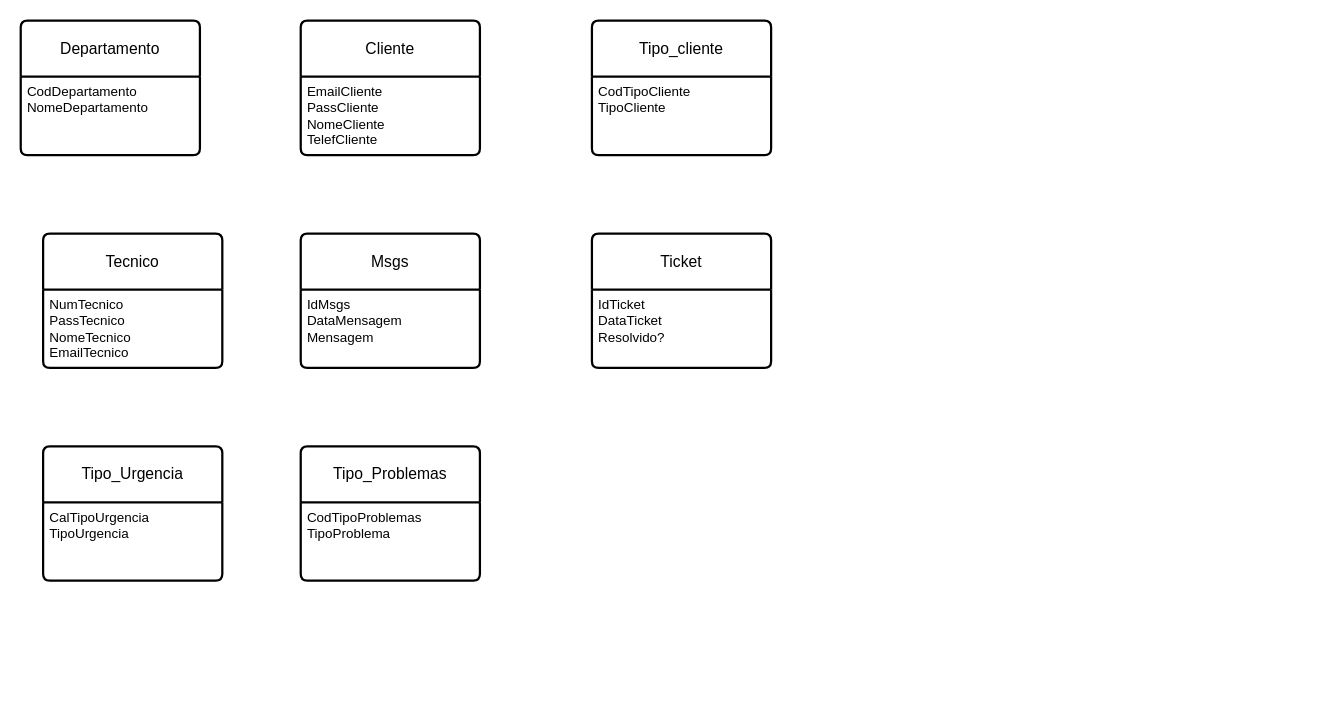
Before: ModeloERTickets.drawio in RubenA2109/diagramas, a draw.io diagram. Source tidied: cells renumbered, new cells numbered last; positions are measured from the earlier drawing's top-left corner, leaving out a move shared by most shapes. Both pictures are drawn from the tidied source at 112%, with x=0, y=0 at pixel (20, 20).
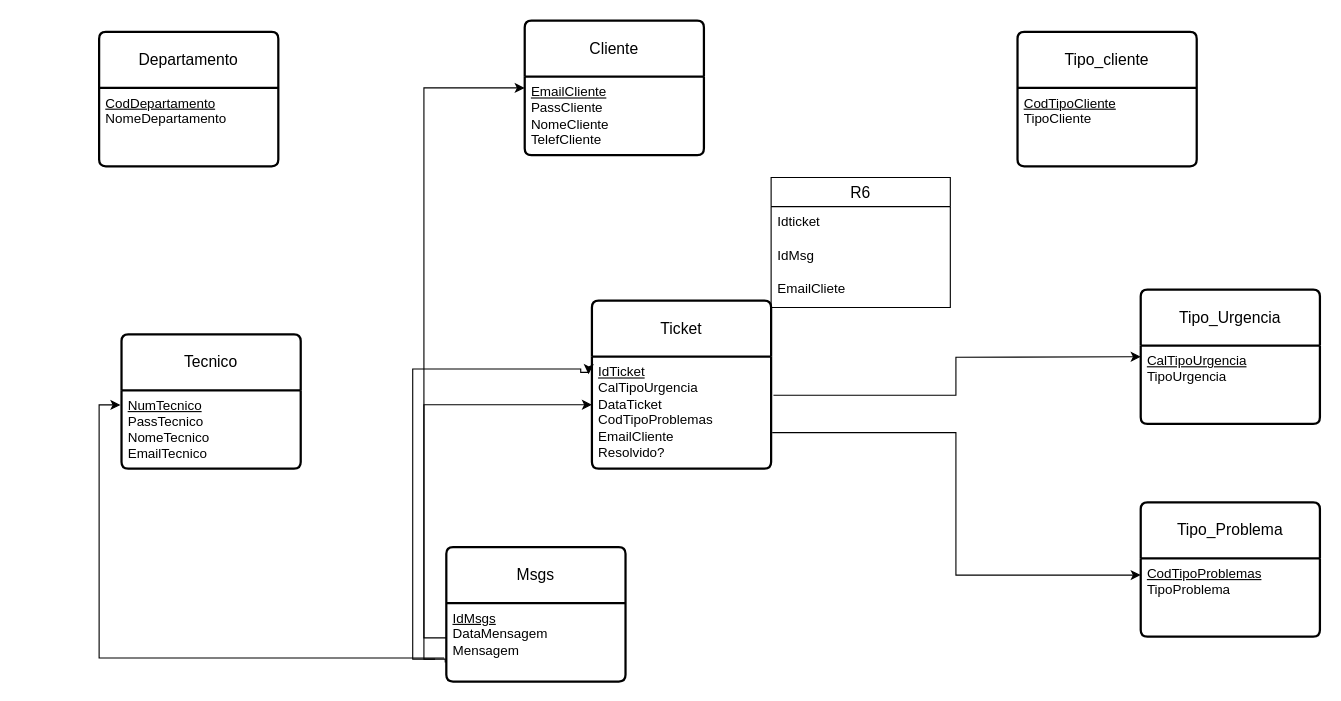
After the change.

Change to the diagram source:
```diff
@@
     <mxCell id="2" value="Departamento" style="swimlane;horizontal=1;startSize=50;rounded=1;fontSize=14;fontStyle=0;strokeWidth=2;shadow=0;dashed=0;align=center;arcSize=4;whiteSpace=wrap;html=1;" parent="1" vertex="1">
-      <mxGeometry width="160" height="120" as="geometry" />
+      <mxGeometry x="70" y="10" width="160" height="120" as="geometry" />
     </mxCell>
-    <mxCell id="3" value="&lt;div&gt;CodDepartamento&lt;/div&gt;&lt;div&gt;NomeDepartamento&lt;/div&gt;" style="align=left;strokeColor=none;fillColor=none;spacingLeft=4;spacingRight=4;fontSize=12;verticalAlign=top;html=1;whiteSpace=wrap;" parent="2" vertex="1">
+    <mxCell id="3" value="&lt;div&gt;&lt;u&gt;CodDepartamento&lt;/u&gt;&lt;/div&gt;&lt;div&gt;NomeDepartamento&lt;/div&gt;" style="align=left;strokeColor=none;fillColor=none;spacingLeft=4;spacingRight=4;fontSize=12;verticalAlign=top;html=1;whiteSpace=wrap;" parent="2" vertex="1">
       <mxGeometry y="50" width="160" height="70" as="geometry" />
     </mxCell>
     <mxCell id="4" value="Cliente" style="swimlane;horizontal=1;startSize=50;rounded=1;fontSize=14;fontStyle=0;strokeWidth=2;shadow=0;dashed=0;align=center;arcSize=4;whiteSpace=wrap;html=1;" parent="1" vertex="1">
-      <mxGeometry x="250" width="160" height="120" as="geometry" />
+      <mxGeometry x="450" width="160" height="120" as="geometry" />
     </mxCell>
-    <mxCell id="5" value="&lt;div&gt;EmailCliente&lt;/div&gt;&lt;div&gt;PassCliente&lt;/div&gt;&lt;div&gt;NomeCliente&lt;/div&gt;&lt;div&gt;TelefCliente&lt;/div&gt;" style="align=left;strokeColor=none;fillColor=none;spacingLeft=4;spacingRight=4;fontSize=12;verticalAlign=top;html=1;whiteSpace=wrap;" parent="4" vertex="1">
+    <mxCell id="5" value="&lt;div&gt;&lt;u&gt;EmailCliente&lt;/u&gt;&lt;/div&gt;&lt;div&gt;PassCliente&lt;/div&gt;&lt;div&gt;NomeCliente&lt;/div&gt;&lt;div&gt;TelefCliente&lt;/div&gt;" style="align=left;strokeColor=none;fillColor=none;spacingLeft=4;spacingRight=4;fontSize=12;verticalAlign=top;html=1;whiteSpace=wrap;" parent="4" vertex="1">
       <mxGeometry y="50" width="160" height="70" as="geometry" />
     </mxCell>
     <mxCell id="6" value="Tipo_cliente" style="swimlane;horizontal=1;startSize=50;rounded=1;fontSize=14;fontStyle=0;strokeWidth=2;shadow=0;dashed=0;align=center;arcSize=4;whiteSpace=wrap;html=1;" parent="1" vertex="1">
-      <mxGeometry x="510" width="160" height="120" as="geometry" />
+      <mxGeometry x="890" y="10" width="160" height="120" as="geometry" />
     </mxCell>
-    <mxCell id="7" value="CodTipoCliente&lt;br&gt;TipoCliente" style="align=left;strokeColor=none;fillColor=none;spacingLeft=4;spacingRight=4;fontSize=12;verticalAlign=top;html=1;whiteSpace=wrap;" parent="6" vertex="1">
+    <mxCell id="7" value="&lt;u&gt;CodTipoCliente&lt;/u&gt;&lt;br&gt;TipoCliente" style="align=left;strokeColor=none;fillColor=none;spacingLeft=4;spacingRight=4;fontSize=12;verticalAlign=top;html=1;whiteSpace=wrap;" parent="6" vertex="1">
       <mxGeometry y="50" width="160" height="70" as="geometry" />
     </mxCell>
     <mxCell id="8" value="Tecnico" style="swimlane;horizontal=1;startSize=50;rounded=1;fontSize=14;fontStyle=0;strokeWidth=2;shadow=0;dashed=0;align=center;arcSize=4;whiteSpace=wrap;html=1;" parent="1" vertex="1">
-      <mxGeometry x="20" y="190" width="160" height="120" as="geometry" />
+      <mxGeometry x="90" y="280" width="160" height="120" as="geometry" />
     </mxCell>
-    <mxCell id="9" value="&lt;div&gt;NumTecnico&lt;/div&gt;&lt;div&gt;PassTecnico&lt;/div&gt;&lt;div&gt;NomeTecnico&lt;/div&gt;&lt;div&gt;EmailTecnico&lt;/div&gt;&lt;div&gt;&lt;br&gt;&lt;/div&gt;" style="align=left;strokeColor=none;fillColor=none;spacingLeft=4;spacingRight=4;fontSize=12;verticalAlign=top;html=1;whiteSpace=wrap;" parent="8" vertex="1">
+    <mxCell id="9" value="&lt;div&gt;&lt;u&gt;NumTecnico&lt;/u&gt;&lt;/div&gt;&lt;div&gt;PassTecnico&lt;/div&gt;&lt;div&gt;NomeTecnico&lt;/div&gt;&lt;div&gt;EmailTecnico&lt;/div&gt;&lt;div&gt;&lt;br&gt;&lt;/div&gt;" style="align=left;strokeColor=none;fillColor=none;spacingLeft=4;spacingRight=4;fontSize=12;verticalAlign=top;html=1;whiteSpace=wrap;" parent="8" vertex="1">
       <mxGeometry y="50" width="160" height="70" as="geometry" />
     </mxCell>
     <mxCell id="10" value="Msgs" style="swimlane;horizontal=1;startSize=50;rounded=1;fontSize=14;fontStyle=0;strokeWidth=2;shadow=0;dashed=0;align=center;arcSize=4;whiteSpace=wrap;html=1;" parent="1" vertex="1">
-      <mxGeometry x="250" y="190" width="160" height="120" as="geometry" />
+      <mxGeometry x="380" y="470" width="160" height="120" as="geometry" />
     </mxCell>
-    <mxCell id="11" value="IdMsgs&lt;br&gt;DataMensagem&lt;br&gt;Mensagem" style="align=left;strokeColor=none;fillColor=none;spacingLeft=4;spacingRight=4;fontSize=12;verticalAlign=top;html=1;whiteSpace=wrap;" parent="10" vertex="1">
+    <mxCell id="11" value="&lt;u&gt;IdMsgs&lt;br&gt;&lt;/u&gt;DataMensagem&lt;br&gt;Mensagem" style="align=left;strokeColor=none;fillColor=none;spacingLeft=4;spacingRight=4;fontSize=12;verticalAlign=top;html=1;whiteSpace=wrap;" parent="10" vertex="1">
       <mxGeometry y="50" width="160" height="70" as="geometry" />
     </mxCell>
     <mxCell id="12" value="Ticket" style="swimlane;horizontal=1;startSize=50;rounded=1;fontSize=14;fontStyle=0;strokeWidth=2;shadow=0;dashed=0;align=center;arcSize=4;whiteSpace=wrap;html=1;" parent="1" vertex="1">
-      <mxGeometry x="510" y="190" width="160" height="120" as="geometry" />
+      <mxGeometry x="510" y="250" width="160" height="150" as="geometry" />
     </mxCell>
-    <mxCell id="13" value="IdTicket&lt;br&gt;DataTicket&lt;br&gt;Resolvido?" style="align=left;strokeColor=none;fillColor=none;spacingLeft=4;spacingRight=4;fontSize=12;verticalAlign=top;html=1;whiteSpace=wrap;" parent="12" vertex="1">
-      <mxGeometry y="50" width="160" height="70" as="geometry" />
+    <mxCell id="13" value="&lt;u&gt;IdTicket&lt;br&gt;&lt;/u&gt;&lt;div&gt;CalTipoUrgenci&lt;span style=&quot;background-color: transparent; color: light-dark(rgb(0, 0, 0), rgb(255, 255, 255));&quot;&gt;a&lt;/span&gt;&lt;/div&gt;&lt;div&gt;DataTicket&lt;span style=&quot;background-color: transparent; color: light-dark(rgb(0, 0, 0), rgb(255, 255, 255));&quot;&gt;&lt;/span&gt;&lt;/div&gt;&lt;div&gt;CodTipoProblemas&lt;/div&gt;&lt;div&gt;EmailCliente&lt;br&gt;Resolvido?&lt;/div&gt;" style="align=left;strokeColor=none;fillColor=none;spacingLeft=4;spacingRight=4;fontSize=12;verticalAlign=top;html=1;whiteSpace=wrap;" parent="12" vertex="1">
+      <mxGeometry y="50" width="160" height="100" as="geometry" />
     </mxCell>
     <mxCell id="14" value="Tipo_Urgencia" style="swimlane;horizontal=1;startSize=50;rounded=1;fontSize=14;fontStyle=0;strokeWidth=2;shadow=0;dashed=0;align=center;arcSize=4;whiteSpace=wrap;html=1;" parent="1" vertex="1">
-      <mxGeometry x="20" y="380" width="160" height="120" as="geometry" />
+      <mxGeometry x="1000" y="240" width="160" height="120" as="geometry" />
     </mxCell>
-    <mxCell id="15" value="&lt;div&gt;CalTipoUrgencia&lt;/div&gt;&lt;div&gt;TipoUrgencia&lt;/div&gt;&lt;div&gt;&lt;br&gt;&lt;/div&gt;" style="align=left;strokeColor=none;fillColor=none;spacingLeft=4;spacingRight=4;fontSize=12;verticalAlign=top;html=1;whiteSpace=wrap;" parent="14" vertex="1">
+    <mxCell id="15" value="&lt;div&gt;&lt;u&gt;CalTipoUrgencia&lt;/u&gt;&lt;/div&gt;&lt;div&gt;TipoUrgencia&lt;/div&gt;&lt;div&gt;&lt;br&gt;&lt;/div&gt;" style="align=left;strokeColor=none;fillColor=none;spacingLeft=4;spacingRight=4;fontSize=12;verticalAlign=top;html=1;whiteSpace=wrap;" parent="14" vertex="1">
       <mxGeometry y="50" width="160" height="70" as="geometry" />
     </mxCell>
+    <mxCell id="18" style="edgeStyle=orthogonalEdgeStyle;rounded=0;jettySize=auto;html=1;exitX=1.006;exitY=0.678;exitDx=0;exitDy=0;exitPerimeter=0;entryX=0;entryY=0.214;entryDx=0;entryDy=0;entryPerimeter=0;" parent="1" edge="1" source="13" target="17">
+      <mxGeometry relative="1" as="geometry" />
+    </mxCell>
-    <mxCell id="16" value="Tipo_Problemas" style="swimlane;horizontal=1;startSize=50;rounded=1;fontSize=14;fontStyle=0;strokeWidth=2;shadow=0;dashed=0;align=center;arcSize=4;whiteSpace=wrap;html=1;" parent="1" vertex="1">
-      <mxGeometry x="250" y="380" width="160" height="120" as="geometry" />
+    <mxCell id="16" value="Tipo_Problema" style="swimlane;horizontal=1;startSize=50;rounded=1;fontSize=14;fontStyle=0;strokeWidth=2;shadow=0;dashed=0;align=center;arcSize=4;whiteSpace=wrap;html=1;" parent="1" vertex="1">
+      <mxGeometry x="1000" y="430" width="160" height="120" as="geometry" />
     </mxCell>
-    <mxCell id="17" value="&lt;div&gt;CodTipoProblemas&lt;/div&gt;&lt;div&gt;TipoProblema&lt;/div&gt;" style="align=left;strokeColor=none;fillColor=none;spacingLeft=4;spacingRight=4;fontSize=12;verticalAlign=top;html=1;whiteSpace=wrap;" parent="16" vertex="1">
+    <mxCell id="17" value="&lt;div&gt;&lt;u&gt;CodTipoProblemas&lt;/u&gt;&lt;/div&gt;&lt;div&gt;TipoProblema&lt;/div&gt;" style="align=left;strokeColor=none;fillColor=none;spacingLeft=4;spacingRight=4;fontSize=12;verticalAlign=top;html=1;whiteSpace=wrap;" parent="16" vertex="1">
       <mxGeometry y="50" width="160" height="70" as="geometry" />
     </mxCell>
+    <mxCell id="19" style="edgeStyle=orthogonalEdgeStyle;rounded=0;jettySize=auto;html=1;entryX=-0.006;entryY=0.186;entryDx=0;entryDy=0;entryPerimeter=0;exitX=-0.012;exitY=0.7;exitDx=0;exitDy=0;exitPerimeter=0;" parent="1" edge="1" source="11" target="9">
+      <mxGeometry relative="1" as="geometry" />
+    </mxCell>
+    <mxCell id="20" style="edgeStyle=orthogonalEdgeStyle;rounded=0;jettySize=auto;html=1;exitX=0;exitY=0.714;exitDx=0;exitDy=0;exitPerimeter=0;entryX=-0.019;entryY=0.156;entryDx=0;entryDy=0;entryPerimeter=0;" parent="1" edge="1" target="13">
+      <mxGeometry relative="1" as="geometry">
+        <mxPoint x="370" y="570" as="sourcePoint" />
+        <Array as="points">
+          <mxPoint x="350" y="570" />
+          <mxPoint x="350" y="311" />
+          <mxPoint x="500" y="311" />
+          <mxPoint x="500" y="314" />
+        </Array>
+      </mxGeometry>
+    </mxCell>
+    <mxCell id="21" style="edgeStyle=orthogonalEdgeStyle;rounded=0;jettySize=auto;html=1;entryX=0;entryY=0.143;entryDx=0;entryDy=0;entryPerimeter=0;exitX=-0.006;exitY=0.757;exitDx=0;exitDy=0;exitPerimeter=0;" parent="1" edge="1" source="11" target="5">
+      <mxGeometry relative="1" as="geometry">
+        <Array as="points">
+          <mxPoint x="379" y="570" />
+          <mxPoint x="360" y="570" />
+          <mxPoint x="360" y="60" />
+        </Array>
+      </mxGeometry>
+    </mxCell>
+    <mxCell id="22" style="edgeStyle=orthogonalEdgeStyle;rounded=0;jettySize=auto;html=1;entryX=0;entryY=0.429;entryDx=0;entryDy=0;entryPerimeter=0;exitX=0;exitY=0.443;exitDx=0;exitDy=0;exitPerimeter=0;" parent="1" edge="1" source="11" target="13">
+      <mxGeometry relative="1" as="geometry" />
+    </mxCell>
+    <mxCell id="23" style="edgeStyle=orthogonalEdgeStyle;rounded=0;jettySize=auto;html=1;exitX=1.013;exitY=0.344;exitDx=0;exitDy=0;exitPerimeter=0;" parent="1" edge="1" source="13">
+      <mxGeometry relative="1" as="geometry">
+        <mxPoint x="1000" y="300" as="targetPoint" />
+      </mxGeometry>
+    </mxCell>
+    <mxCell id="24" value="R6" style="swimlane;fontStyle=0;horizontal=1;startSize=26;align=center;fontSize=14;" parent="1" vertex="1">
+      <mxGeometry x="670" y="140" width="160" height="116" as="geometry" />
+    </mxCell>
+    <mxCell id="25" value="Idticket" style="text;strokeColor=none;fillColor=none;spacingLeft=4;spacingRight=4;overflow=hidden;fontSize=12;whiteSpace=wrap;html=1;" parent="24" vertex="1">
+      <mxGeometry y="26" width="160" height="30" as="geometry" />
+    </mxCell>
+    <mxCell id="26" value="IdMsg" style="text;strokeColor=none;fillColor=none;spacingLeft=4;spacingRight=4;overflow=hidden;fontSize=12;whiteSpace=wrap;html=1;" parent="24" vertex="1">
+      <mxGeometry y="56" width="160" height="30" as="geometry" />
+    </mxCell>
+    <mxCell id="27" value="EmailCliete&lt;div&gt;&lt;br&gt;&lt;/div&gt;" style="text;strokeColor=none;fillColor=none;spacingLeft=4;spacingRight=4;overflow=hidden;fontSize=12;whiteSpace=wrap;html=1;" parent="24" vertex="1">
+      <mxGeometry y="86" width="160" height="30" as="geometry" />
+    </mxCell>
```
